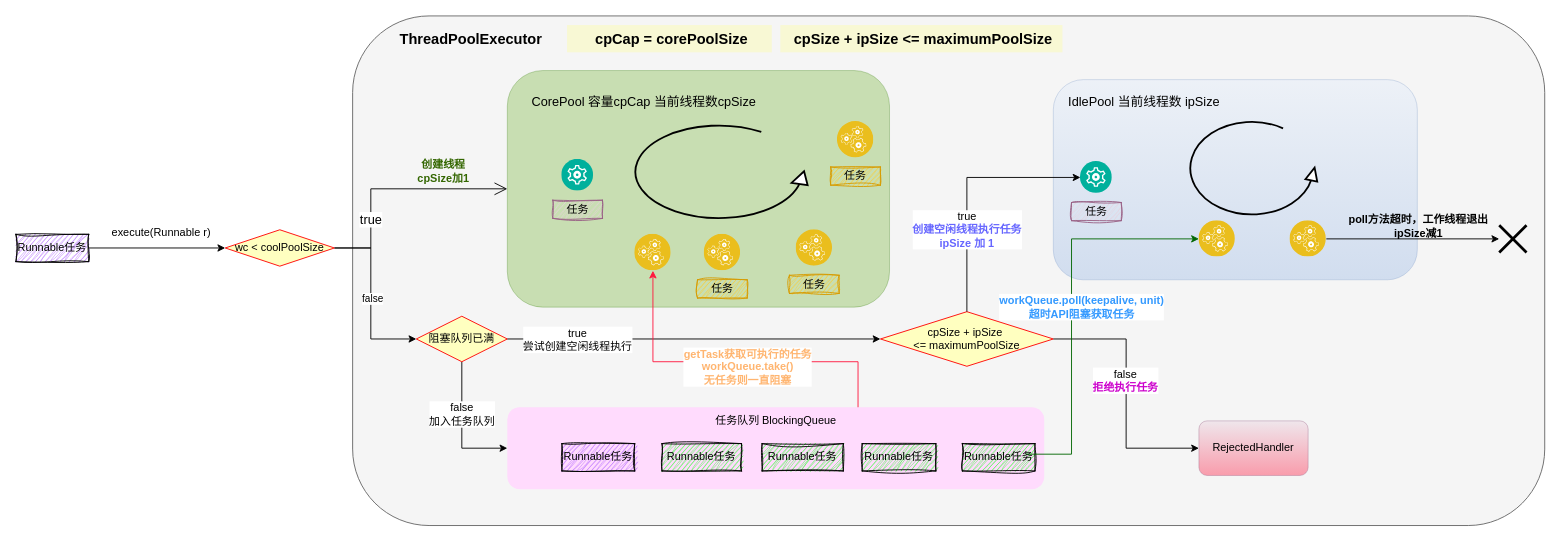
This is Java线程池工作流程.drawio from wsxzei/markdown-photos, a draw.io file, before an edit. Source tidied: cells renumbered, new cells numbered last; positions are measured from the earlier drawing's top-left corner, leaving out a move shared by most shapes. Both pictures are drawn from the tidied source at 91%, with x=0, y=0 at pixel (15, 15).
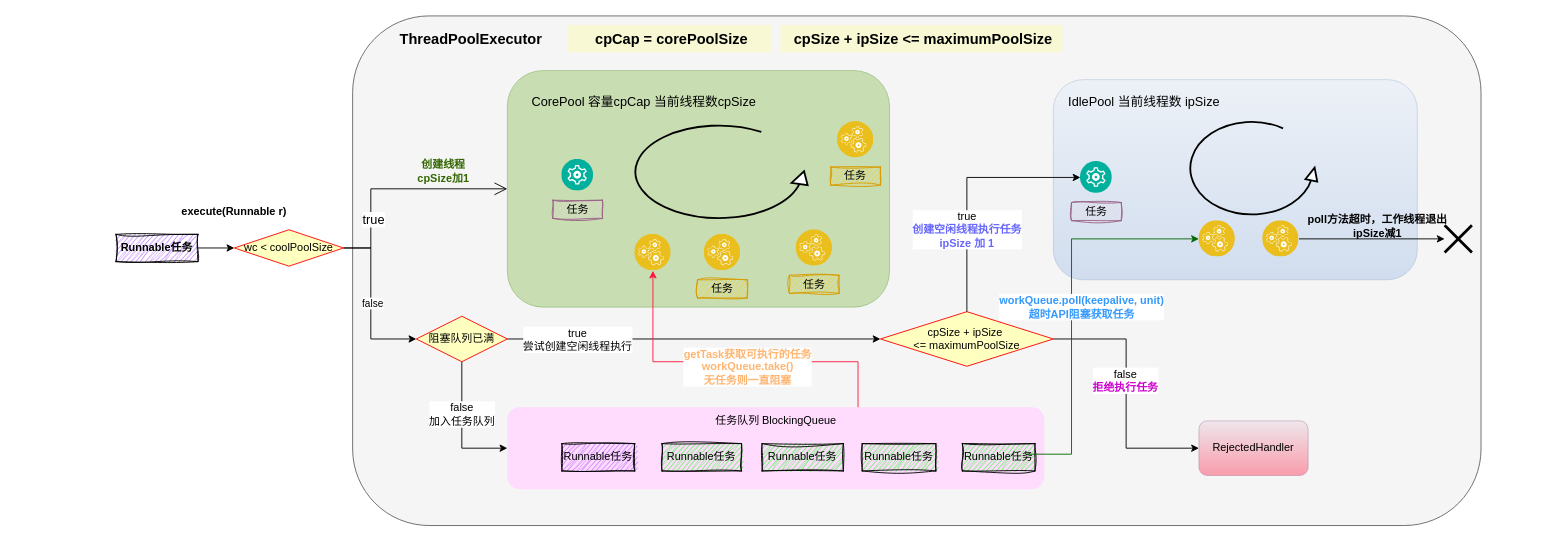
The same page after the edit.

Commit message:
更新Java线程池工作流程.drawio

Change to the diagram source:
```diff
@@
     <mxCell id="2" style="rounded=1;whiteSpace=wrap;html=1;fillColor=#f5f5f5;gradientColor=none;strokeColor=#666666;" parent="1" vertex="1">
-      <mxGeometry x="370" width="1310" height="560" as="geometry" />
+      <mxGeometry x="370" width="1240" height="560" as="geometry" />
     </mxCell>
@@
-    <mxCell id="6" value="Runnable任务" style="rounded=0;whiteSpace=wrap;html=1;fillColor=#B266FF;strokeColor=default;fillStyle=hatch;glass=0;sketch=1;curveFitting=1;jiggle=2;" parent="1" vertex="1">
-      <mxGeometry y="240" width="80" height="30" as="geometry" />
+    <mxCell id="6" value="&lt;b&gt;Runnable任务&lt;/b&gt;" style="rounded=0;whiteSpace=wrap;html=1;fillColor=#B266FF;strokeColor=default;fillStyle=hatch;glass=0;sketch=1;curveFitting=1;jiggle=2;" parent="1" vertex="1">
+      <mxGeometry x="110" y="240" width="90" height="30" as="geometry" />
     </mxCell>
-    <mxCell id="7" value="execute(Runnable r)" style="text;html=1;align=center;verticalAlign=middle;whiteSpace=wrap;rounded=0;" parent="1" vertex="1">
-      <mxGeometry x="100" y="222.5" width="120" height="30" as="geometry" />
+    <mxCell id="7" value="execute(Runnable r)" style="text;html=1;align=center;verticalAlign=middle;whiteSpace=wrap;rounded=0;fontStyle=1;" parent="1" vertex="1">
+      <mxGeometry x="180" y="200" width="120" height="30" as="geometry" />
     </mxCell>
@@
     <mxCell id="24" value="wc &amp;lt; coolPoolSize" style="rhombus;whiteSpace=wrap;html=1;fontColor=#000000;fillColor=#ffffc0;strokeColor=#ff0000;" parent="1" vertex="1">
-      <mxGeometry x="230" y="235" width="120" height="40" as="geometry" />
+      <mxGeometry x="240" y="235" width="120" height="40" as="geometry" />
     </mxCell>
@@
     <mxCell id="52" style="image;perimeter=ellipsePerimeter;html=1;align=center;shadow=0;dashed=0;fontColor=#4277BB;labelBackgroundColor=default;fontSize=12;spacingTop=3;image=img/lib/ibm/applications/runtime_services.svg;imageBackground=none;" parent="1" vertex="1">
-      <mxGeometry x="1400" y="225" width="40" height="40" as="geometry" />
+      <mxGeometry x="1370" y="225" width="40" height="40" as="geometry" />
     </mxCell>
@@
     <mxCell id="59" style="shape=umlDestroy;whiteSpace=wrap;html=1;strokeWidth=3;targetShapes=umlLifeline;" parent="1" vertex="1">
-      <mxGeometry x="1630" y="230" width="30" height="30" as="geometry" />
+      <mxGeometry x="1570" y="230" width="30" height="30" as="geometry" />
     </mxCell>
```
